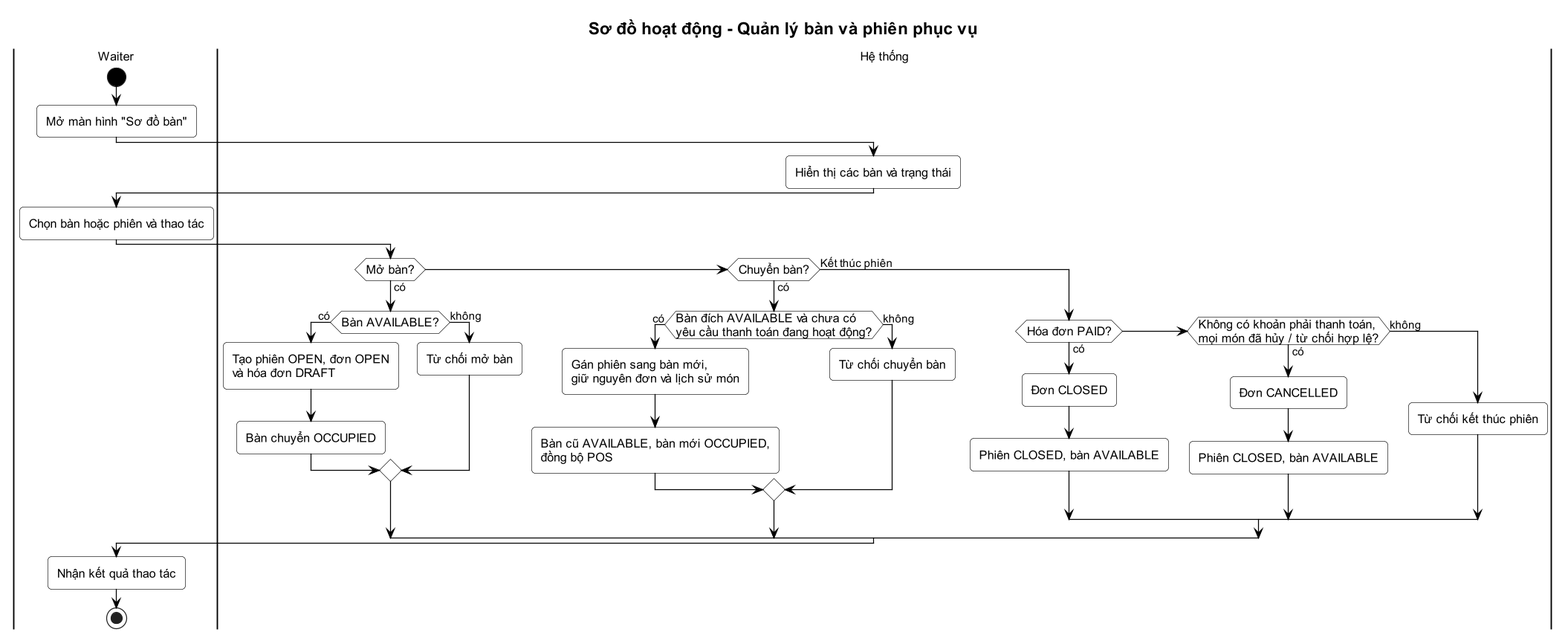
Before: docs/03-quan-ly-don-hang/activity-2-ban-phien.png, a diagram exported from PlantUML (Anpham120/restaurant-management-system). Source of this version:
```plantuml
@startuml
!include ../_style.puml
title Sơ đồ hoạt động - Quản lý bàn và phiên phục vụ

|Waiter|
start
:Mở màn hình "Sơ đồ bàn";
|Hệ thống|
:Hiển thị các bàn và trạng thái;
|Waiter|
:Chọn bàn hoặc phiên và thao tác;
|Hệ thống|
if (Mở bàn?) then (có)
  if (Bàn AVAILABLE?) then (có)
    :Tạo phiên OPEN, đơn OPEN\nvà hóa đơn DRAFT;
    :Bàn chuyển OCCUPIED;
  else (không)
    :Từ chối mở bàn;
  endif
elseif (Chuyển bàn?) then (có)
  if (Bàn đích AVAILABLE và chưa có\nyêu cầu thanh toán đang hoạt động?) then (có)
    :Gán phiên sang bàn mới,\ngiữ nguyên đơn và lịch sử món;
    :Bàn cũ AVAILABLE, bàn mới OCCUPIED,\nđồng bộ POS;
  else (không)
    :Từ chối chuyển bàn;
  endif
else (Kết thúc phiên)
  if (Hóa đơn PAID?) then (có)
    :Đơn CLOSED;
    :Phiên CLOSED, bàn AVAILABLE;
  elseif (Không có khoản phải thanh toán,\nmọi món đã hủy / từ chối hợp lệ?) then (có)
    :Đơn CANCELLED;
    :Phiên CLOSED, bàn AVAILABLE;
  else (không)
    :Từ chối kết thúc phiên;
  endif
endif
|Waiter|
:Nhận kết quả thao tác;
stop
@enduml
```
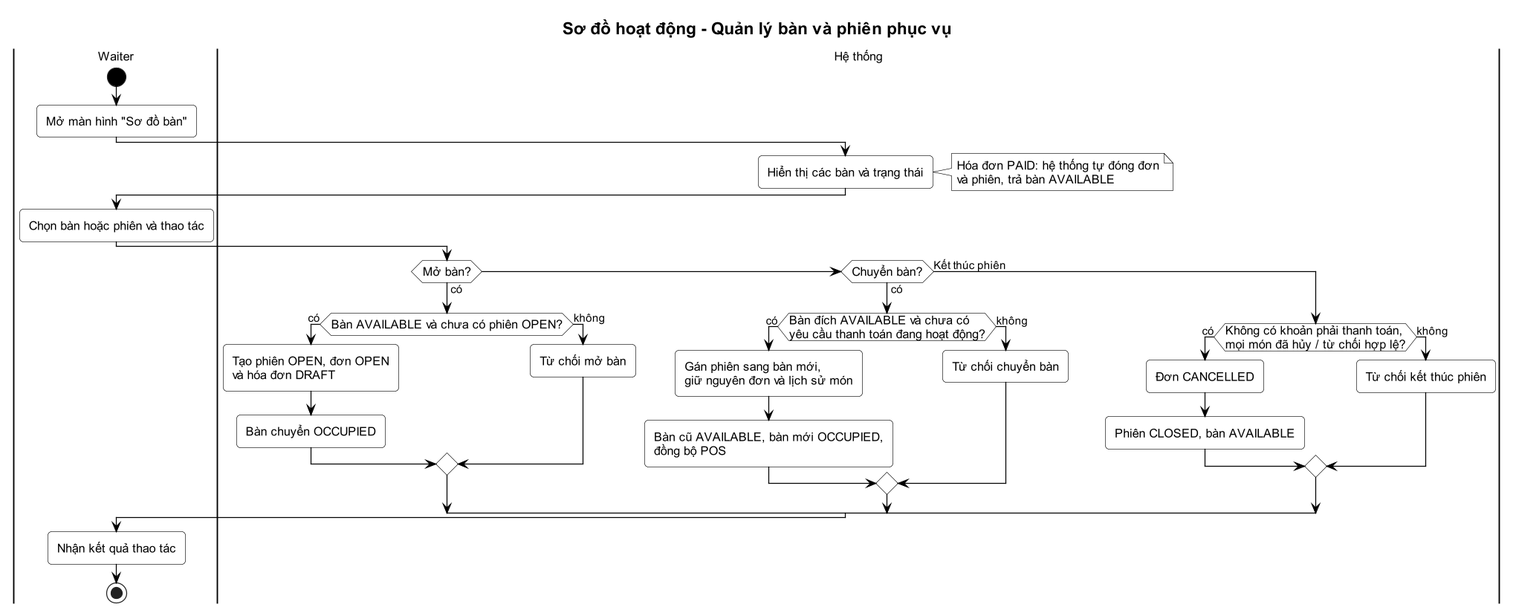
After the change.

The edit, as a diff of the source:
```diff
@@ -7,11 +7,12 @@
 :Mở màn hình "Sơ đồ bàn";
 |Hệ thống|
 :Hiển thị các bàn và trạng thái;
+note right: Hóa đơn PAID: hệ thống tự đóng đơn\nvà phiên, trả bàn AVAILABLE
 |Waiter|
 :Chọn bàn hoặc phiên và thao tác;
 |Hệ thống|
 if (Mở bàn?) then (có)
-  if (Bàn AVAILABLE?) then (có)
+  if (Bàn AVAILABLE và chưa có phiên OPEN?) then (có)
     :Tạo phiên OPEN, đơn OPEN\nvà hóa đơn DRAFT;
     :Bàn chuyển OCCUPIED;
   else (không)
@@ -25,10 +26,7 @@
     :Từ chối chuyển bàn;
   endif
 else (Kết thúc phiên)
-  if (Hóa đơn PAID?) then (có)
-    :Đơn CLOSED;
-    :Phiên CLOSED, bàn AVAILABLE;
-  elseif (Không có khoản phải thanh toán,\nmọi món đã hủy / từ chối hợp lệ?) then (có)
+  if (Không có khoản phải thanh toán,\nmọi món đã hủy / từ chối hợp lệ?) then (có)
     :Đơn CANCELLED;
     :Phiên CLOSED, bàn AVAILABLE;
   else (không)
```
